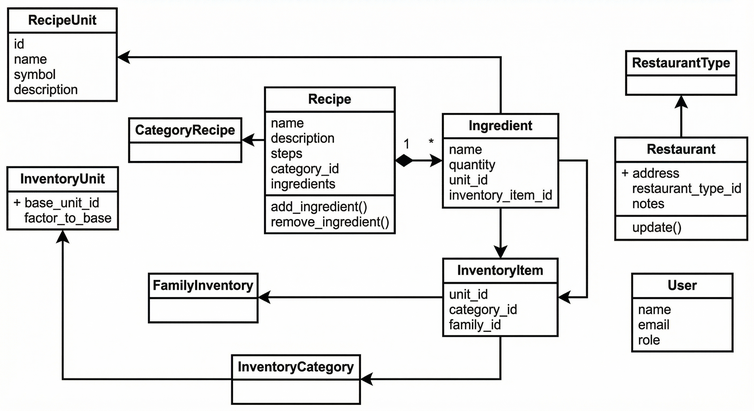
Above: docs/Architecture/images/data-model-02-class-diagram.png in Alanbahena/zenet-mvp-jupyter (Mermaid), before the change. Its source is kept beside it as docs/Architecture/images/data-model-02-class-diagram.mmd.
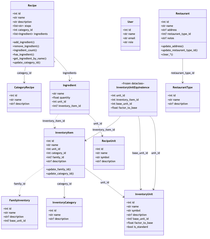
The same file after the commit.

Change to the diagram source:
```diff
@@ -12,6 +12,7 @@
         +str? description
         +int? base_unit_id
         +float factor_to_base
+        +bool is_standard
     }
     class CategoryRecipe {
         +int id
@@ -56,8 +57,16 @@
         +int unit_id
         +int category_id
         +int? family_id
+        +str? description
         +update_family_id()
         +update_category_id()
+    }
+    class InventoryUnitEquivalence {
+        <<frozen dataclass>>
+        +int unit_id
+        +int inventory_item_id
+        +int base_unit_id
+        +float factor_to_base
     }
     class Ingredient {
         +str name
@@ -88,3 +97,6 @@
     InventoryItem --> InventoryUnit : unit_id
     InventoryItem --> InventoryCategory : category_id
     InventoryItem ..> FamilyInventory : family_id
+    InventoryUnitEquivalence --> InventoryUnit : unit_id
+    InventoryUnitEquivalence --> InventoryUnit : base_unit_id
+    InventoryUnitEquivalence --> InventoryItem : inventory_item_id
```
